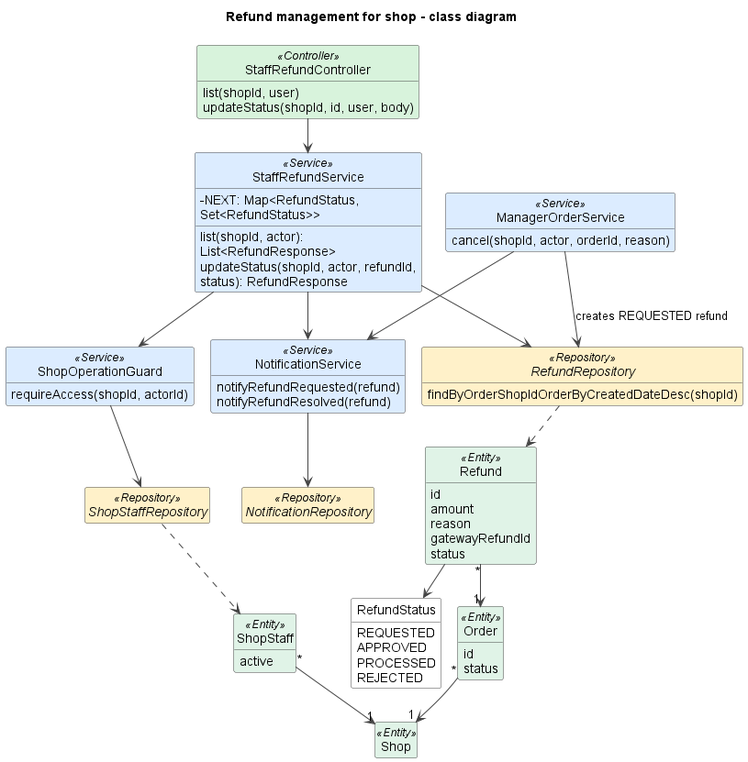
This is docs/diagrams/08-refund-management-class.png from duckpao/FlowerShop_SWP391, a PlantUML export, as it was before one commit. Its diagram source:
```plantuml
@startuml
!pragma layout smetana
title Refund management for shop - class diagram
skinparam shadowing false
skinparam defaultFontName Arial
skinparam wrapWidth 240
skinparam ArrowColor #444444
skinparam classAttributeIconSize 0
skinparam nodesep 45
skinparam ranksep 50
skinparam class {
  BackgroundColor #FFFFFF
  BorderColor #444444
  BackgroundColor<<View>> #EADCFF
  BackgroundColor<<Controller>> #D8F3DC
  BackgroundColor<<Service>> #DCECFF
  BackgroundColor<<Repository>> #FFF1C9
  BackgroundColor<<Entity>> #E0F3E7
  BackgroundColor<<External>> #FFE0E0
}
hide empty members
hide circle

class StaffRefundController <<Controller>> {
  list(shopId, user)
  updateStatus(shopId, id, user, body)
}
class StaffRefundService <<Service>> {
  -NEXT: Map<RefundStatus, Set<RefundStatus>>
  list(shopId, actor): List<RefundResponse>
  updateStatus(shopId, actor, refundId, status): RefundResponse
}
class ShopOperationGuard <<Service>> {
  requireAccess(shopId, actorId)
}
class NotificationService <<Service>> {
  notifyRefundRequested(refund)
  notifyRefundResolved(refund)
}
class ManagerOrderService <<Service>> {
  cancel(shopId, actor, orderId, reason)
}
interface RefundRepository <<Repository>> {
  findByOrderShopIdOrderByCreatedDateDesc(shopId)
}
interface ShopStaffRepository <<Repository>>
interface NotificationRepository <<Repository>>
class Refund <<Entity>> {
  id
  amount
  reason
  gatewayRefundId
  status
}
class Order <<Entity>> {
  id
  status
}
class Shop <<Entity>>
class ShopStaff <<Entity>> {
  active
}
enum RefundStatus {
  REQUESTED
  APPROVED
  PROCESSED
  REJECTED
}

StaffRefundController --> StaffRefundService
StaffRefundService --> ShopOperationGuard
StaffRefundService --> RefundRepository
StaffRefundService --> NotificationService
ShopOperationGuard --> ShopStaffRepository
ManagerOrderService --> RefundRepository : creates REQUESTED refund
ManagerOrderService --> NotificationService
NotificationService --> NotificationRepository
RefundRepository ..> Refund
ShopStaffRepository ..> ShopStaff
Refund "*" --> "1" Order
Order "*" --> "1" Shop
ShopStaff "*" --> "1" Shop
Refund --> RefundStatus

@enduml
```
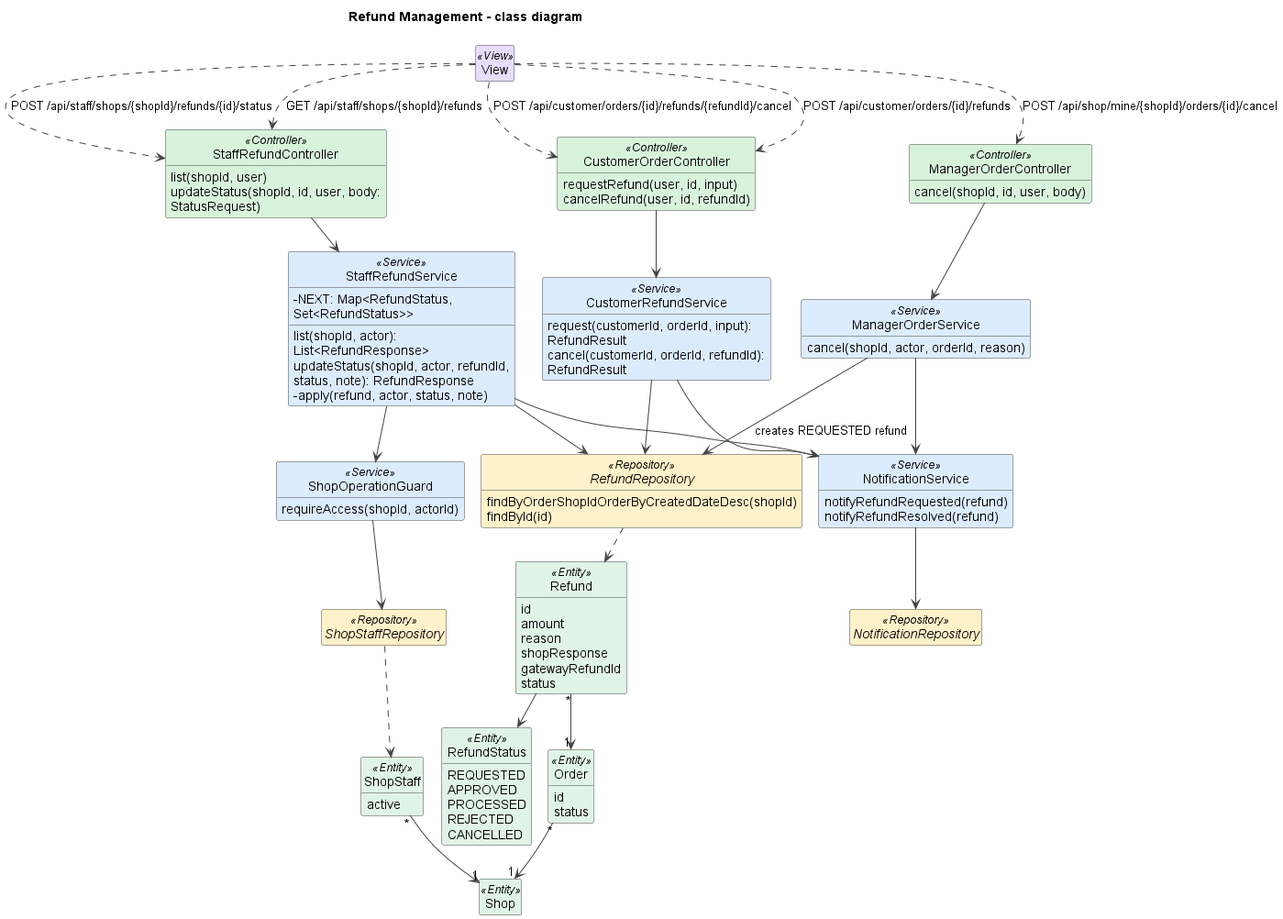
After the commit.

Change to the diagram source:
```diff
@@ -1,6 +1,6 @@
 @startuml
+title Refund Management - class diagram
 !pragma layout smetana
-title Refund management for shop - class diagram
 skinparam shadowing false
 skinparam defaultFontName Arial
 skinparam wrapWidth 240
@@ -16,32 +16,49 @@
   BackgroundColor<<Service>> #DCECFF
   BackgroundColor<<Repository>> #FFF1C9
   BackgroundColor<<Entity>> #E0F3E7
+  BackgroundColor<<DTO>> #FCE7F3
+  BackgroundColor<<Scheduler>> #FFE8CC
   BackgroundColor<<External>> #FFE0E0
 }
 hide empty members
 hide circle
 
+class View <<View>>
+
 class StaffRefundController <<Controller>> {
   list(shopId, user)
-  updateStatus(shopId, id, user, body)
+  updateStatus(shopId, id, user, body: StatusRequest)
 }
 class StaffRefundService <<Service>> {
   -NEXT: Map<RefundStatus, Set<RefundStatus>>
   list(shopId, actor): List<RefundResponse>
-  updateStatus(shopId, actor, refundId, status): RefundResponse
+  updateStatus(shopId, actor, refundId, status, note): RefundResponse
+  -apply(refund, actor, status, note)
+}
+class CustomerOrderController <<Controller>> {
+  requestRefund(user, id, input)
+  cancelRefund(user, id, refundId)
+}
+class CustomerRefundService <<Service>> {
+  request(customerId, orderId, input): RefundResult
+  cancel(customerId, orderId, refundId): RefundResult
+}
+class ManagerOrderController <<Controller>> {
+  cancel(shopId, id, user, body)
 }
 class ShopOperationGuard <<Service>> {
   requireAccess(shopId, actorId)
+}
+class ManagerOrderService <<Service>> {
+  cancel(shopId, actor, orderId, reason)
 }
 class NotificationService <<Service>> {
   notifyRefundRequested(refund)
   notifyRefundResolved(refund)
 }
-class ManagerOrderService <<Service>> {
-  cancel(shopId, actor, orderId, reason)
-}
 interface RefundRepository <<Repository>> {
   findByOrderShopIdOrderByCreatedDateDesc(shopId)
+  findById(id)
 }
 interface ShopStaffRepository <<Repository>>
 interface NotificationRepository <<Repository>>
@@ -49,6 +66,7 @@
   id
   amount
   reason
+  shopResponse
   gatewayRefundId
   status
 }
@@ -60,18 +78,28 @@
 class ShopStaff <<Entity>> {
   active
 }
-enum RefundStatus {
+enum RefundStatus <<Entity>> {
   REQUESTED
   APPROVED
   PROCESSED
   REJECTED
+  CANCELLED
 }
 
+View ..> StaffRefundController : GET /api/staff/shops/{shopId}/refunds
+View ..> StaffRefundController : POST /api/staff/shops/{shopId}/refunds/{id}/status
+View ..> CustomerOrderController : POST /api/customer/orders/{id}/refunds
+View ..> CustomerOrderController : POST /api/customer/orders/{id}/refunds/{refundId}/cancel
+View ..> ManagerOrderController : POST /api/shop/mine/{shopId}/orders/{id}/cancel
 StaffRefundController --> StaffRefundService
 StaffRefundService --> ShopOperationGuard
 StaffRefundService --> RefundRepository
 StaffRefundService --> NotificationService
+CustomerOrderController --> CustomerRefundService
+CustomerRefundService --> RefundRepository
+CustomerRefundService --> NotificationService
 ShopOperationGuard --> ShopStaffRepository
+ManagerOrderController --> ManagerOrderService
 ManagerOrderService --> RefundRepository : creates REQUESTED refund
 ManagerOrderService --> NotificationService
 NotificationService --> NotificationRepository
```
